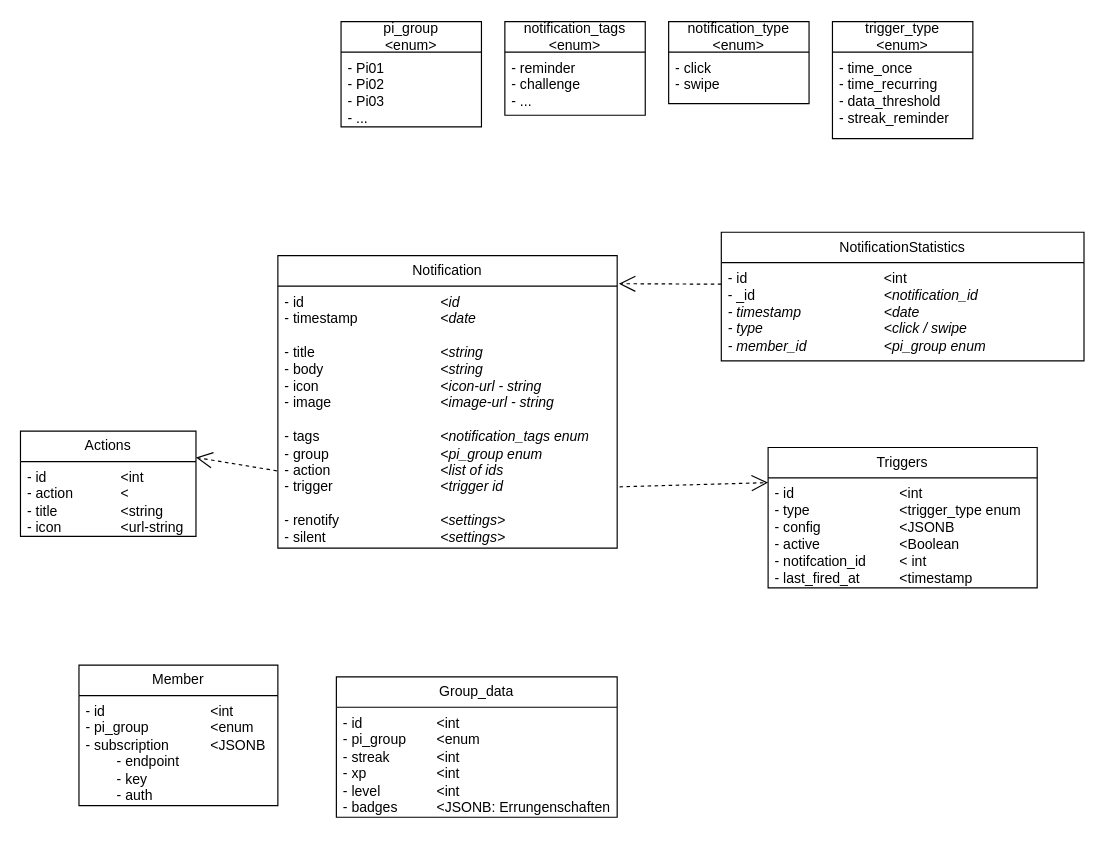
Above: Database/Database_idea.drawio in olHannes/WebPush-Docs (draw.io), before the change. Source tidied: cells renumbered, new cells numbered last; positions are measured from the earlier drawing's top-left corner, leaving out a move shared by most shapes. Both pictures are drawn from the tidied source at 117%, with x=0, y=0 at pixel (20, 21).
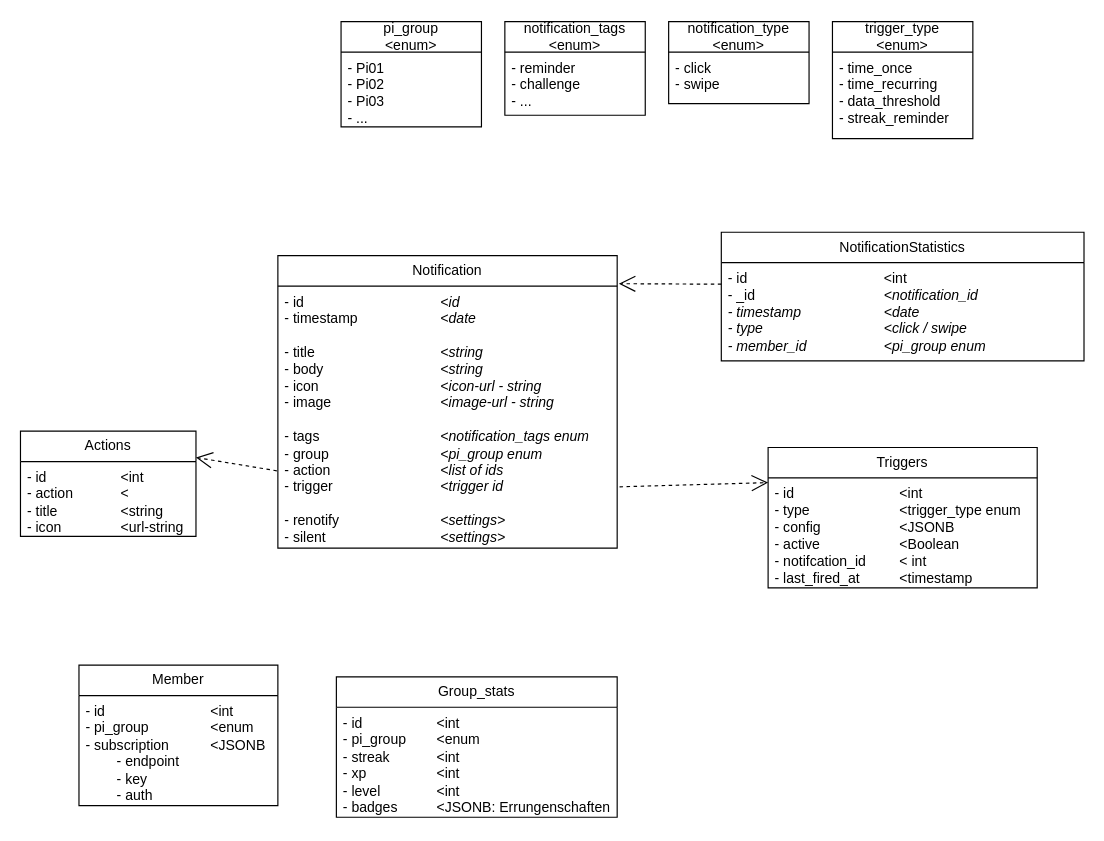
After the change.

Diff of the diagram source:
```diff
@@
-    <mxCell id="25" value="Group_data" style="swimlane;fontStyle=0;horizontal=1;startSize=26;fillColor=none;whiteSpace=wrap;html=1;" parent="1" vertex="1">
+    <mxCell id="25" value="Group_stats" style="swimlane;fontStyle=0;horizontal=1;startSize=26;fillColor=none;whiteSpace=wrap;html=1;" parent="1" vertex="1">
       <mxGeometry x="270" y="560" width="240" height="120" as="geometry" />
     </mxCell>
```
